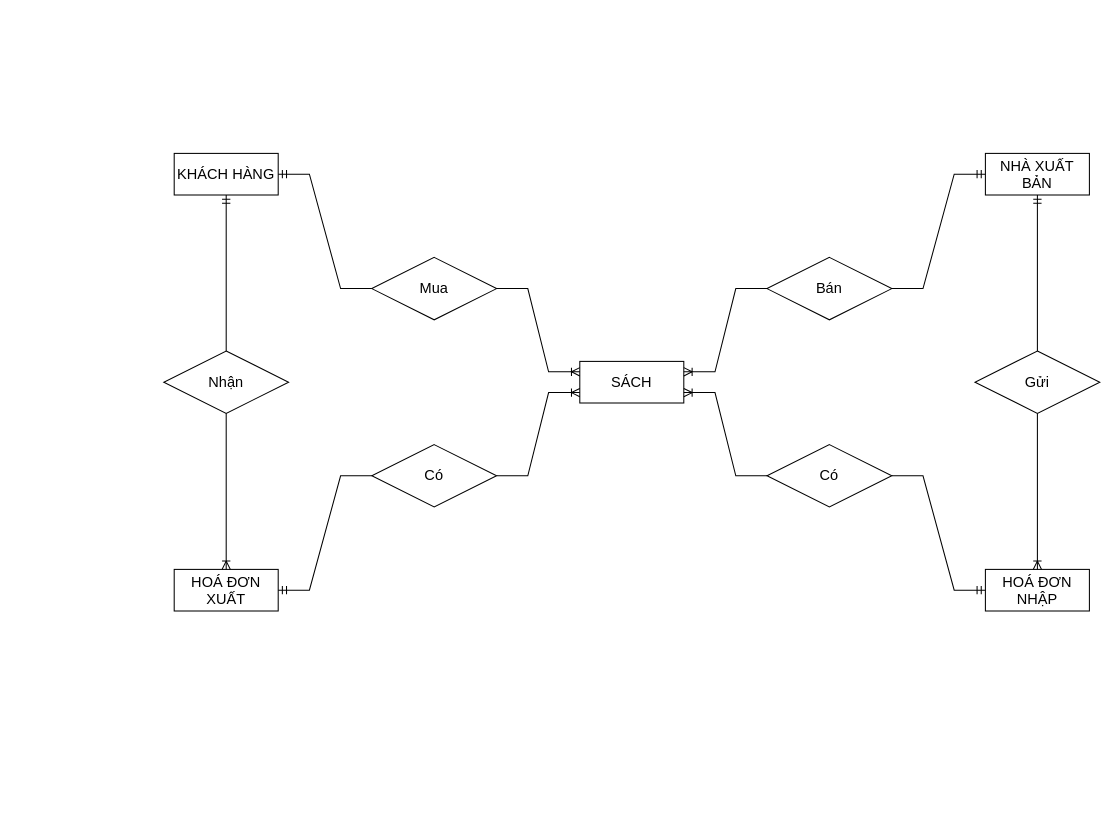
Before: page "Trang-10" (10 of 11) of QuanLyBanSach.drawio in leetrungtoans/BTVN_ITC_OOP_LEETRUNGTOANS, a draw.io diagram. Source tidied: cells renumbered, new cells numbered last; positions are measured from the earlier drawing's top-left corner, leaving out a move shared by most shapes. Both pictures are drawn from the tidied source at 104%, with x=0, y=0 at pixel (163, 153).
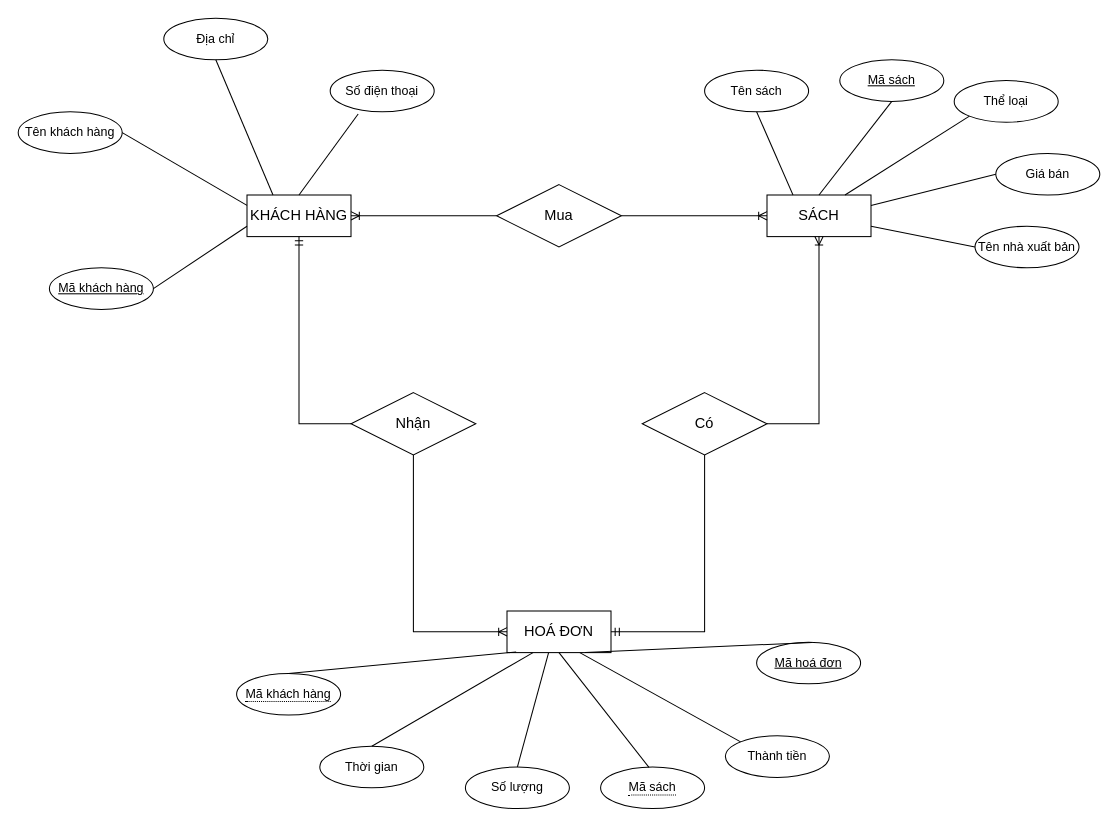
Above is the later version.

Change to the diagram source:
```diff
@@
     <mxCell id="2" value="Mua" style="shape=rhombus;perimeter=rhombusPerimeter;whiteSpace=wrap;html=1;align=center;fontSize=14;rounded=0;" parent="1" vertex="1">
-      <mxGeometry x="200" y="100" width="120" height="60" as="geometry" />
+      <mxGeometry x="320" y="30" width="120" height="60" as="geometry" />
     </mxCell>
     <mxCell id="3" value="KHÁCH HÀNG" style="whiteSpace=wrap;html=1;align=center;fontSize=14;rounded=0;" parent="1" vertex="1">
-      <mxGeometry x="10" width="100" height="40" as="geometry" />
+      <mxGeometry x="80" y="40" width="100" height="40" as="geometry" />
     </mxCell>
     <mxCell id="4" value="SÁCH" style="whiteSpace=wrap;html=1;align=center;fontSize=14;rounded=0;" parent="1" vertex="1">
-      <mxGeometry x="400" y="200" width="100" height="40" as="geometry" />
+      <mxGeometry x="580" y="40" width="100" height="40" as="geometry" />
     </mxCell>
     <mxCell id="5" value="Nhận" style="shape=rhombus;perimeter=rhombusPerimeter;whiteSpace=wrap;html=1;align=center;fontSize=14;rounded=0;" parent="1" vertex="1">
-      <mxGeometry y="190" width="120" height="60" as="geometry" />
+      <mxGeometry x="180" y="230" width="120" height="60" as="geometry" />
     </mxCell>
-    <mxCell id="6" value="&lt;span style=&quot;font-size: 14px;&quot;&gt;HOÁ ĐƠN XUẤT&lt;/span&gt;" style="whiteSpace=wrap;html=1;align=center;fontStyle=0;fontSize=14;rounded=0;" parent="1" vertex="1">
-      <mxGeometry x="10" y="400" width="100" height="40" as="geometry" />
+    <mxCell id="6" value="&lt;span style=&quot;font-size: 14px;&quot;&gt;HOÁ ĐƠN&lt;/span&gt;" style="whiteSpace=wrap;html=1;align=center;fontStyle=0;fontSize=14;rounded=0;" parent="1" vertex="1">
+      <mxGeometry x="330" y="440" width="100" height="40" as="geometry" />
     </mxCell>
     <mxCell id="7" value="Có" style="shape=rhombus;perimeter=rhombusPerimeter;whiteSpace=wrap;html=1;align=center;fontSize=14;rounded=0;" parent="1" vertex="1">
-      <mxGeometry x="200" y="280" width="120" height="60" as="geometry" />
+      <mxGeometry x="460" y="230" width="120" height="60" as="geometry" />
     </mxCell>
-    <mxCell id="8" value="Bán" style="shape=rhombus;perimeter=rhombusPerimeter;whiteSpace=wrap;html=1;align=center;fontSize=14;rounded=0;" parent="1" vertex="1">
-      <mxGeometry x="580" y="100" width="120" height="60" as="geometry" />
-    </mxCell>
-    <mxCell id="9" value="NHÀ XUẤT BẢN" style="whiteSpace=wrap;html=1;align=center;fontSize=14;rounded=0;" parent="1" vertex="1">
-      <mxGeometry x="790" width="100" height="40" as="geometry" />
-    </mxCell>
-    <mxCell id="10" value="Gửi" style="shape=rhombus;perimeter=rhombusPerimeter;whiteSpace=wrap;html=1;align=center;fontSize=14;rounded=0;" parent="1" vertex="1">
-      <mxGeometry x="780" y="190" width="120" height="60" as="geometry" />
-    </mxCell>
-    <mxCell id="11" value="HOÁ ĐƠN NHẬP" style="whiteSpace=wrap;html=1;align=center;fontSize=14;rounded=0;" parent="1" vertex="1">
-      <mxGeometry x="790" y="400" width="100" height="40" as="geometry" />
-    </mxCell>
-    <mxCell id="12" value="Có" style="shape=rhombus;perimeter=rhombusPerimeter;whiteSpace=wrap;html=1;align=center;fontSize=14;rounded=0;" parent="1" vertex="1">
-      <mxGeometry x="580" y="280" width="120" height="60" as="geometry" />
-    </mxCell>
-    <mxCell id="13" style="edgeStyle=entityRelationEdgeStyle;fontSize=12;html=1;endArrow=ERoneToMany;rounded=0;entryX=0;entryY=0.75;entryDx=0;entryDy=0;" parent="1" edge="1" target="4">
-      <mxGeometry relative="1" as="geometry">
-        <mxPoint x="320" y="310" as="sourcePoint" />
-      </mxGeometry>
-    </mxCell>
-    <mxCell id="14" style="edgeStyle=entityRelationEdgeStyle;fontSize=12;html=1;endArrow=ERoneToMany;rounded=0;entryX=0;entryY=0.25;entryDx=0;entryDy=0;" parent="1" edge="1" target="4">
-      <mxGeometry relative="1" as="geometry">
-        <mxPoint x="320" y="130" as="sourcePoint" />
-      </mxGeometry>
-    </mxCell>
+    <mxCell id="17" style="edgeStyle=orthogonalEdgeStyle;fontSize=12;html=1;endArrow=ERoneToMany;rounded=0;exitX=0.5;exitY=1;exitDx=0;exitDy=0;entryX=0;entryY=0.5;entryDx=0;entryDy=0;" parent="1" edge="1" source="5" target="6">
+      <mxGeometry relative="1" as="geometry" />
+    </mxCell>
+    <mxCell id="25" style="edgeStyle=entityRelationEdgeStyle;fontSize=12;html=1;endArrow=ERoneToMany;rounded=0;exitX=1;exitY=0.5;exitDx=0;exitDy=0;entryX=0;entryY=0.5;entryDx=0;entryDy=0;" parent="1" edge="1" source="2" target="4">
+      <mxGeometry relative="1" as="geometry" />
+    </mxCell>
+    <mxCell id="16" style="edgeStyle=orthogonalEdgeStyle;fontSize=12;html=1;endArrow=ERmandOne;rounded=0;entryX=0.5;entryY=1;entryDx=0;entryDy=0;exitX=0;exitY=0.5;exitDx=0;exitDy=0;" parent="1" edge="1" source="5" target="3">
+      <mxGeometry relative="1" as="geometry" />
+    </mxCell>
+    <mxCell id="26" style="edgeStyle=orthogonalEdgeStyle;fontSize=12;html=1;endArrow=ERoneToMany;rounded=0;entryX=0.5;entryY=1;entryDx=0;entryDy=0;exitX=1;exitY=0.5;exitDx=0;exitDy=0;" parent="1" edge="1" source="7" target="4">
+      <mxGeometry relative="1" as="geometry" />
+    </mxCell>
+    <mxCell id="27" value="Tên khách hàng" style="ellipse;whiteSpace=wrap;html=1;align=center;" parent="1" vertex="1">
+      <mxGeometry x="-140" y="-40" width="100" height="40" as="geometry" />
+    </mxCell>
+    <mxCell id="28" value="Mã khách hàng" style="ellipse;whiteSpace=wrap;html=1;align=center;fontStyle=4;" parent="1" vertex="1">
+      <mxGeometry x="-110" y="110" width="100" height="40" as="geometry" />
+    </mxCell>
+    <mxCell id="29" value="Địa chỉ" style="ellipse;whiteSpace=wrap;html=1;align=center;" parent="1" vertex="1">
+      <mxGeometry y="-130" width="100" height="40" as="geometry" />
+    </mxCell>
+    <mxCell id="30" value="Số điện thoại" style="ellipse;whiteSpace=wrap;html=1;align=center;" parent="1" vertex="1">
+      <mxGeometry x="160" y="-80" width="100" height="40" as="geometry" />
+    </mxCell>
+    <mxCell id="31" style="endArrow=none;html=1;rounded=0;exitX=1;exitY=0.5;exitDx=0;exitDy=0;entryX=0;entryY=0.25;entryDx=0;entryDy=0;" parent="1" edge="1" source="27" target="3">
+      <mxGeometry relative="1" as="geometry" />
+    </mxCell>
+    <mxCell id="32" style="endArrow=none;html=1;rounded=0;exitX=1;exitY=0.5;exitDx=0;exitDy=0;entryX=0;entryY=0.75;entryDx=0;entryDy=0;" parent="1" edge="1" source="28" target="3">
+      <mxGeometry relative="1" as="geometry" />
+    </mxCell>
+    <mxCell id="33" style="endArrow=none;html=1;rounded=0;exitX=0.5;exitY=1;exitDx=0;exitDy=0;entryX=0.25;entryY=0;entryDx=0;entryDy=0;" parent="1" edge="1" source="29" target="3">
+      <mxGeometry relative="1" as="geometry" />
+    </mxCell>
+    <mxCell id="34" style="endArrow=none;html=1;rounded=0;exitX=0.269;exitY=1.054;exitDx=0;exitDy=0;exitPerimeter=0;entryX=0.5;entryY=0;entryDx=0;entryDy=0;" parent="1" edge="1" source="30" target="3">
+      <mxGeometry relative="1" as="geometry" />
+    </mxCell>
+    <mxCell id="35" value="Tên sách" style="ellipse;whiteSpace=wrap;html=1;align=center;" parent="1" vertex="1">
+      <mxGeometry x="520" y="-80" width="100" height="40" as="geometry" />
+    </mxCell>
+    <mxCell id="36" value="Mã sách" style="ellipse;whiteSpace=wrap;html=1;align=center;fontStyle=4;" parent="1" vertex="1">
+      <mxGeometry x="650" y="-90" width="100" height="40" as="geometry" />
+    </mxCell>
+    <mxCell id="37" value="&lt;span style=&quot;border-bottom: 1px dotted&quot;&gt;Mã khách hàng&lt;/span&gt;" style="ellipse;whiteSpace=wrap;html=1;align=center;" parent="1" vertex="1">
+      <mxGeometry x="70" y="500" width="100" height="40" as="geometry" />
+    </mxCell>
+    <mxCell id="38" value="Thể loại" style="ellipse;whiteSpace=wrap;html=1;align=center;" parent="1" vertex="1">
+      <mxGeometry x="760" y="-70" width="100" height="40" as="geometry" />
+    </mxCell>
+    <mxCell id="39" value="Giá bán" style="ellipse;whiteSpace=wrap;html=1;align=center;" parent="1" vertex="1">
+      <mxGeometry x="800" width="100" height="40" as="geometry" />
+    </mxCell>
+    <mxCell id="40" value="Tên nhà xuất bản" style="ellipse;whiteSpace=wrap;html=1;align=center;" parent="1" vertex="1">
+      <mxGeometry x="780" y="70" width="100" height="40" as="geometry" />
+    </mxCell>
+    <mxCell id="41" style="endArrow=none;html=1;rounded=0;exitX=0.25;exitY=0;exitDx=0;exitDy=0;entryX=0.5;entryY=1;entryDx=0;entryDy=0;" parent="1" edge="1" source="4" target="35">
+      <mxGeometry relative="1" as="geometry" />
+    </mxCell>
+    <mxCell id="42" style="endArrow=none;html=1;rounded=0;exitX=0.75;exitY=0;exitDx=0;exitDy=0;entryX=0;entryY=1;entryDx=0;entryDy=0;" parent="1" edge="1" source="4" target="38">
+      <mxGeometry relative="1" as="geometry" />
+    </mxCell>
+    <mxCell id="43" style="endArrow=none;html=1;rounded=0;exitX=1;exitY=0.75;exitDx=0;exitDy=0;entryX=0;entryY=0.5;entryDx=0;entryDy=0;" parent="1" edge="1" source="4" target="40">
+      <mxGeometry relative="1" as="geometry" />
+    </mxCell>
+    <mxCell id="44" style="endArrow=none;html=1;rounded=0;exitX=1;exitY=0.25;exitDx=0;exitDy=0;entryX=0;entryY=0.5;entryDx=0;entryDy=0;" parent="1" edge="1" source="4" target="39">
+      <mxGeometry relative="1" as="geometry" />
+    </mxCell>
+    <mxCell id="45" style="endArrow=none;html=1;rounded=0;exitX=0.5;exitY=0;exitDx=0;exitDy=0;entryX=0.5;entryY=1;entryDx=0;entryDy=0;" parent="1" edge="1" source="4" target="36">
+      <mxGeometry relative="1" as="geometry" />
+    </mxCell>
+    <mxCell id="46" value="Mã hoá đơn" style="ellipse;whiteSpace=wrap;html=1;align=center;fontStyle=4;" parent="1" vertex="1">
+      <mxGeometry x="570" y="470" width="100" height="40" as="geometry" />
+    </mxCell>
+    <mxCell id="47" style="endArrow=none;html=1;rounded=0;exitX=0.75;exitY=1;exitDx=0;exitDy=0;entryX=0.532;entryY=0.006;entryDx=0;entryDy=0;entryPerimeter=0;" parent="1" edge="1" source="6" target="46">
+      <mxGeometry relative="1" as="geometry" />
+    </mxCell>
+    <mxCell id="48" style="endArrow=none;html=1;rounded=0;exitX=0.5;exitY=0;exitDx=0;exitDy=0;entryX=0.088;entryY=0.985;entryDx=0;entryDy=0;entryPerimeter=0;" parent="1" edge="1" source="37" target="6">
+      <mxGeometry relative="1" as="geometry" />
+    </mxCell>
+    <mxCell id="49" value="Thời gian" style="ellipse;whiteSpace=wrap;html=1;align=center;" parent="1" vertex="1">
+      <mxGeometry x="150" y="570" width="100" height="40" as="geometry" />
+    </mxCell>
+    <mxCell id="50" style="endArrow=none;html=1;rounded=0;exitX=0.5;exitY=0;exitDx=0;exitDy=0;entryX=0.25;entryY=1;entryDx=0;entryDy=0;" parent="1" edge="1" source="49" target="6">
+      <mxGeometry relative="1" as="geometry" />
+    </mxCell>
+    <mxCell id="51" value="Số lượng" style="ellipse;whiteSpace=wrap;html=1;align=center;" parent="1" vertex="1">
+      <mxGeometry x="290" y="590" width="100" height="40" as="geometry" />
+    </mxCell>
+    <mxCell id="52" style="endArrow=none;html=1;rounded=0;exitX=0.5;exitY=0;exitDx=0;exitDy=0;entryX=0.4;entryY=1;entryDx=0;entryDy=0;entryPerimeter=0;" parent="1" edge="1" source="51" target="6">
+      <mxGeometry relative="1" as="geometry" />
+    </mxCell>
+    <mxCell id="53" value="&lt;span style=&quot;border-bottom: 1px dotted&quot;&gt;Mã sách&lt;/span&gt;" style="ellipse;whiteSpace=wrap;html=1;align=center;" parent="1" vertex="1">
+      <mxGeometry x="420" y="590" width="100" height="40" as="geometry" />
+    </mxCell>
+    <mxCell id="54" value="Thành tiền" style="ellipse;whiteSpace=wrap;html=1;align=center;" parent="1" vertex="1">
+      <mxGeometry x="540" y="560" width="100" height="40" as="geometry" />
+    </mxCell>
+    <mxCell id="55" style="endArrow=none;html=1;rounded=0;exitX=0.5;exitY=1;exitDx=0;exitDy=0;entryX=0.465;entryY=0.009;entryDx=0;entryDy=0;entryPerimeter=0;" parent="1" edge="1" source="6" target="53">
+      <mxGeometry relative="1" as="geometry" />
+    </mxCell>
+    <mxCell id="56" style="endArrow=none;html=1;rounded=0;entryX=0;entryY=0;entryDx=0;entryDy=0;" parent="1" edge="1" target="54">
+      <mxGeometry relative="1" as="geometry">
+        <mxPoint x="400" y="480" as="sourcePoint" />
+      </mxGeometry>
+    </mxCell>
+    <mxCell id="18" style="edgeStyle=orthogonalEdgeStyle;fontSize=12;html=1;endArrow=ERmandOne;rounded=0;exitX=0.5;exitY=1;exitDx=0;exitDy=0;entryX=1;entryY=0.5;entryDx=0;entryDy=0;" parent="1" edge="1" source="7" target="6">
+      <mxGeometry relative="1" as="geometry" />
+    </mxCell>
-    <mxCell id="15" style="edgeStyle=entityRelationEdgeStyle;fontSize=12;html=1;endArrow=ERmandOne;rounded=0;entryX=1;entryY=0.5;entryDx=0;entryDy=0;exitX=0;exitY=0.5;exitDx=0;exitDy=0;" parent="1" edge="1" source="2" target="3">
+    <mxCell id="15" style="edgeStyle=entityRelationEdgeStyle;fontSize=12;html=1;endArrow=ERoneToMany;rounded=0;exitX=0;exitY=0.5;exitDx=0;exitDy=0;entryX=1;entryY=0.5;entryDx=0;entryDy=0;" parent="1" edge="1" source="2" target="3">
       <mxGeometry relative="1" as="geometry" />
     </mxCell>
-    <mxCell id="16" style="fontSize=12;html=1;endArrow=ERmandOne;rounded=0;exitX=0.5;exitY=0;exitDx=0;exitDy=0;entryX=0.5;entryY=1;entryDx=0;entryDy=0;" parent="1" edge="1" source="5" target="3">
-      <mxGeometry relative="1" as="geometry" />
-    </mxCell>
-    <mxCell id="17" style="fontSize=12;html=1;endArrow=ERoneToMany;rounded=0;exitX=0.5;exitY=1;exitDx=0;exitDy=0;entryX=0.5;entryY=0;entryDx=0;entryDy=0;" parent="1" edge="1" source="5" target="6">
-      <mxGeometry relative="1" as="geometry" />
-    </mxCell>
-    <mxCell id="18" style="edgeStyle=entityRelationEdgeStyle;fontSize=12;html=1;endArrow=ERmandOne;rounded=0;exitX=0;exitY=0.5;exitDx=0;exitDy=0;entryX=1;entryY=0.5;entryDx=0;entryDy=0;" parent="1" edge="1" source="7" target="6">
-      <mxGeometry relative="1" as="geometry" />
-    </mxCell>
-    <mxCell id="19" style="edgeStyle=entityRelationEdgeStyle;fontSize=12;html=1;endArrow=ERmandOne;rounded=0;entryX=0;entryY=0.5;entryDx=0;entryDy=0;exitX=1;exitY=0.5;exitDx=0;exitDy=0;" parent="1" edge="1" source="8" target="9">
-      <mxGeometry relative="1" as="geometry" />
-    </mxCell>
-    <mxCell id="20" style="edgeStyle=entityRelationEdgeStyle;fontSize=12;html=1;endArrow=ERoneToMany;rounded=0;entryX=1;entryY=0.25;entryDx=0;entryDy=0;exitX=0;exitY=0.5;exitDx=0;exitDy=0;" parent="1" edge="1" source="8" target="4">
-      <mxGeometry relative="1" as="geometry" />
-    </mxCell>
-    <mxCell id="21" style="edgeStyle=entityRelationEdgeStyle;fontSize=12;html=1;endArrow=ERoneToMany;rounded=0;entryX=1;entryY=0.75;entryDx=0;entryDy=0;exitX=0;exitY=0.5;exitDx=0;exitDy=0;" parent="1" edge="1" source="12" target="4">
-      <mxGeometry relative="1" as="geometry" />
-    </mxCell>
-    <mxCell id="22" style="edgeStyle=entityRelationEdgeStyle;fontSize=12;html=1;endArrow=ERmandOne;rounded=0;exitX=1;exitY=0.5;exitDx=0;exitDy=0;entryX=0;entryY=0.5;entryDx=0;entryDy=0;" parent="1" edge="1" source="12" target="11">
-      <mxGeometry relative="1" as="geometry" />
-    </mxCell>
-    <mxCell id="23" style="fontSize=12;html=1;endArrow=ERmandOne;rounded=0;exitX=0.5;exitY=0;exitDx=0;exitDy=0;entryX=0.5;entryY=1;entryDx=0;entryDy=0;" parent="1" edge="1" source="10" target="9">
-      <mxGeometry relative="1" as="geometry" />
-    </mxCell>
-    <mxCell id="24" style="fontSize=12;html=1;endArrow=ERoneToMany;rounded=0;exitX=0.5;exitY=1;exitDx=0;exitDy=0;entryX=0.5;entryY=0;entryDx=0;entryDy=0;" parent="1" edge="1" source="10" target="11">
-      <mxGeometry relative="1" as="geometry" />
-    </mxCell>
```
